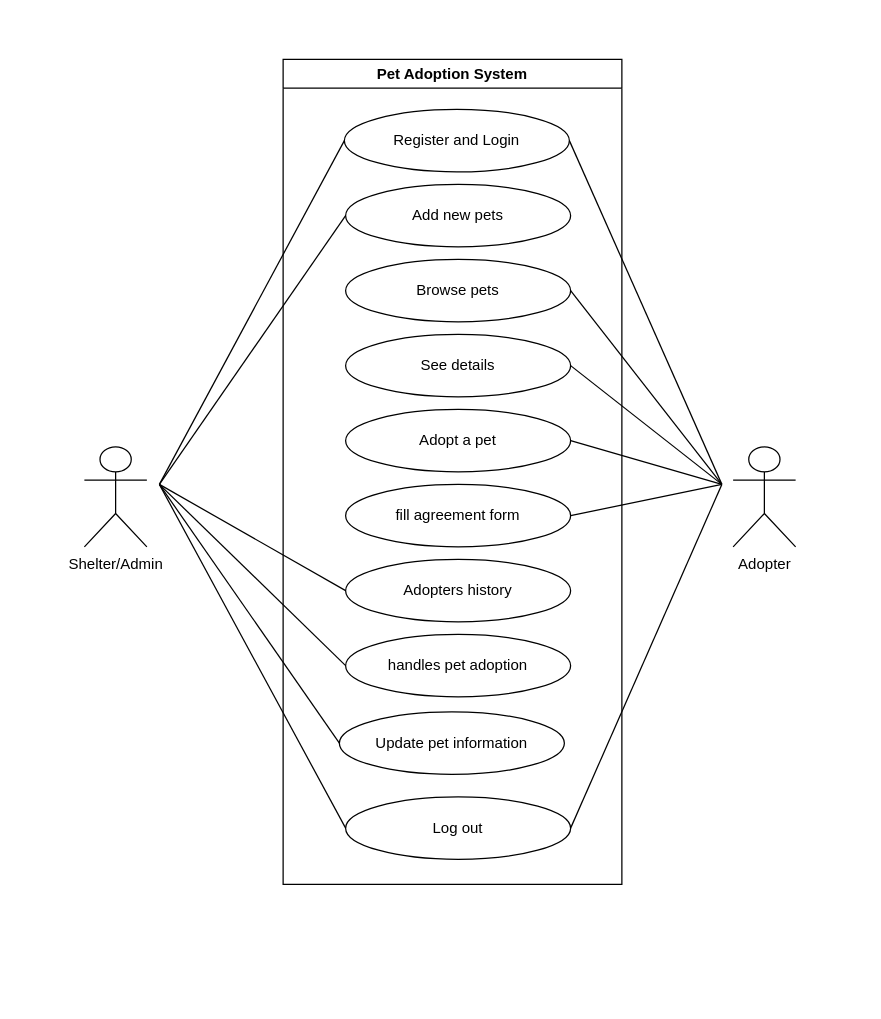
sushilnemkul/pet-adoption keeps this draw.io diagram as Pet_adoption/admin/usecase.drawio. Above is the earlier version. Source tidied: cells renumbered, new cells numbered last; positions are measured from the earlier drawing's top-left corner, leaving out a move shared by most shapes. Both pictures are drawn from the tidied source at 125%, with x=0, y=0 at pixel (84, 59).
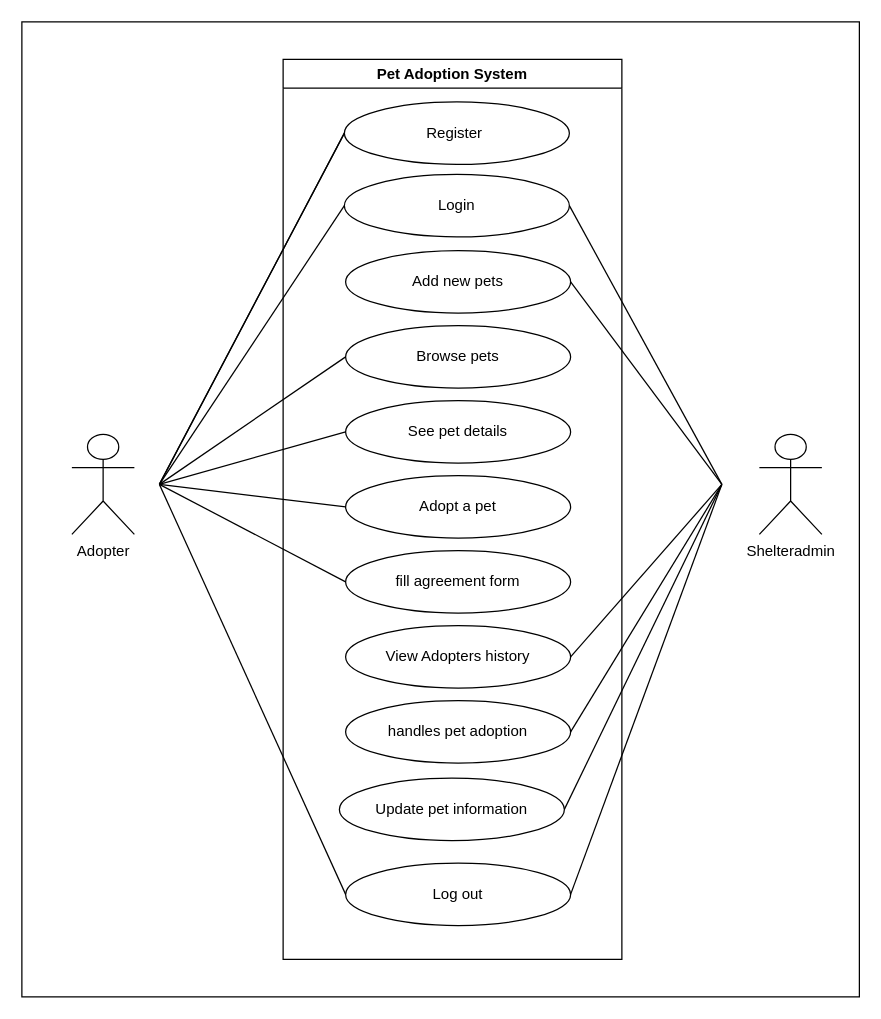
The same page after the edit.

Change to the diagram source:
```diff
@@
     <mxCell id="2" value="Adopter" style="shape=umlActor;verticalLabelPosition=bottom;verticalAlign=top;html=1;" parent="1" vertex="1">
-      <mxGeometry x="519" y="310" width="50" height="80" as="geometry" />
+      <mxGeometry x="-10" y="300" width="50" height="80" as="geometry" />
     </mxCell>
-    <mxCell id="3" value="Shelter/Admin" style="shape=umlActor;verticalLabelPosition=bottom;verticalAlign=top;html=1;" parent="1" vertex="1">
-      <mxGeometry y="310" width="50" height="80" as="geometry" />
+    <mxCell id="3" value="Shelteradmin" style="shape=umlActor;verticalLabelPosition=bottom;verticalAlign=top;html=1;" parent="1" vertex="1">
+      <mxGeometry x="540" y="300" width="50" height="80" as="geometry" />
     </mxCell>
     <mxCell id="4" value="Pet Adoption System" style="swimlane;whiteSpace=wrap;html=1;" parent="1" vertex="1">
-      <mxGeometry x="159" width="271" height="660" as="geometry" />
+      <mxGeometry x="159" width="271" height="720" as="geometry" />
     </mxCell>
     <mxCell id="5" value="Add new pets" style="ellipse;whiteSpace=wrap;html=1;align=center;" parent="4" vertex="1">
-      <mxGeometry x="50" y="100" width="180" height="50" as="geometry" />
+      <mxGeometry x="50" y="153" width="180" height="50" as="geometry" />
     </mxCell>
     <mxCell id="6" value="Log out" style="ellipse;whiteSpace=wrap;html=1;align=center;" parent="4" vertex="1">
-      <mxGeometry x="50" y="590" width="180" height="50" as="geometry" />
+      <mxGeometry x="50" y="643" width="180" height="50" as="geometry" />
     </mxCell>
     <mxCell id="7" value="Update pet information" style="ellipse;whiteSpace=wrap;html=1;align=center;" parent="4" vertex="1">
-      <mxGeometry x="45" y="522" width="180" height="50" as="geometry" />
+      <mxGeometry x="45" y="575" width="180" height="50" as="geometry" />
     </mxCell>
     <mxCell id="8" value="handles pet adoption" style="ellipse;whiteSpace=wrap;html=1;align=center;" parent="4" vertex="1">
-      <mxGeometry x="50" y="460" width="180" height="50" as="geometry" />
+      <mxGeometry x="50" y="513" width="180" height="50" as="geometry" />
     </mxCell>
     <mxCell id="9" value="fill agreement form" style="ellipse;whiteSpace=wrap;html=1;align=center;" parent="4" vertex="1">
-      <mxGeometry x="50" y="340" width="180" height="50" as="geometry" />
+      <mxGeometry x="50" y="393" width="180" height="50" as="geometry" />
     </mxCell>
     <mxCell id="10" value="Adopt a pet" style="ellipse;whiteSpace=wrap;html=1;align=center;" parent="4" vertex="1">
-      <mxGeometry x="50" y="280" width="180" height="50" as="geometry" />
+      <mxGeometry x="50" y="333" width="180" height="50" as="geometry" />
     </mxCell>
-    <mxCell id="11" value="See details" style="ellipse;whiteSpace=wrap;html=1;align=center;" parent="4" vertex="1">
-      <mxGeometry x="50" y="220" width="180" height="50" as="geometry" />
+    <mxCell id="11" value="See pet details" style="ellipse;whiteSpace=wrap;html=1;align=center;" parent="4" vertex="1">
+      <mxGeometry x="50" y="273" width="180" height="50" as="geometry" />
     </mxCell>
     <mxCell id="12" value="Browse pets" style="ellipse;whiteSpace=wrap;html=1;align=center;" parent="4" vertex="1">
-      <mxGeometry x="50" y="160" width="180" height="50" as="geometry" />
+      <mxGeometry x="50" y="213" width="180" height="50" as="geometry" />
     </mxCell>
-    <mxCell id="13" value="Register and Login" style="ellipse;whiteSpace=wrap;html=1;align=center;" parent="4" vertex="1">
-      <mxGeometry x="49" y="40" width="180" height="50" as="geometry" />
+    <mxCell id="13" value="Register&amp;nbsp;" style="ellipse;whiteSpace=wrap;html=1;align=center;" parent="4" vertex="1">
+      <mxGeometry x="49" y="34" width="180" height="50" as="geometry" />
     </mxCell>
-    <mxCell id="14" value="Adopters history" style="ellipse;whiteSpace=wrap;html=1;align=center;" parent="4" vertex="1">
-      <mxGeometry x="50" y="400" width="180" height="50" as="geometry" />
+    <mxCell id="14" value="View Adopters history" style="ellipse;whiteSpace=wrap;html=1;align=center;" parent="4" vertex="1">
+      <mxGeometry x="50" y="453" width="180" height="50" as="geometry" />
     </mxCell>
+    <mxCell id="27" value="Login" style="ellipse;whiteSpace=wrap;html=1;align=center;" parent="4" vertex="1">
+      <mxGeometry x="49" y="92" width="180" height="50" as="geometry" />
+    </mxCell>
-    <mxCell id="15" style="endArrow=none;html=1;entryX=1;entryY=0.5;entryDx=0;entryDy=0;" parent="1" edge="1" target="13">
+    <mxCell id="15" style="endArrow=none;html=1;entryX=1;entryY=0.5;entryDx=0;entryDy=0;" parent="1" edge="1" target="27">
       <mxGeometry relative="1" as="geometry">
         <mxPoint x="510" y="340" as="sourcePoint" />
       </mxGeometry>
     </mxCell>
@@
-    <mxCell id="17" style="endArrow=none;html=1;exitX=0;exitY=0.5;exitDx=0;exitDy=0;" parent="1" edge="1" source="7">
-      <mxGeometry relative="1" as="geometry">
-        <mxPoint x="60" y="340" as="targetPoint" />
-      </mxGeometry>
-    </mxCell>
-    <mxCell id="18" style="endArrow=none;html=1;exitX=0;exitY=0.5;exitDx=0;exitDy=0;" parent="1" edge="1" source="8">
-      <mxGeometry relative="1" as="geometry">
-        <mxPoint x="60" y="340" as="targetPoint" />
-      </mxGeometry>
-    </mxCell>
-    <mxCell id="19" style="endArrow=none;html=1;entryX=0;entryY=0.5;entryDx=0;entryDy=0;" parent="1" edge="1" target="14">
-      <mxGeometry relative="1" as="geometry">
-        <mxPoint x="60" y="340" as="sourcePoint" />
-      </mxGeometry>
-    </mxCell>
-    <mxCell id="20" style="endArrow=none;html=1;entryX=0;entryY=0.5;entryDx=0;entryDy=0;" parent="1" edge="1" target="5">
+    <mxCell id="20" style="endArrow=none;html=1;entryX=0;entryY=0.5;entryDx=0;entryDy=0;" parent="1" edge="1" target="27">
       <mxGeometry relative="1" as="geometry">
         <mxPoint x="60" y="340" as="sourcePoint" />
       </mxGeometry>
     </mxCell>
@@
-    <mxCell id="22" style="endArrow=none;html=1;exitX=1;exitY=0.5;exitDx=0;exitDy=0;" parent="1" edge="1" source="11">
+    <mxCell id="22" style="endArrow=none;html=1;exitX=1;exitY=0.5;exitDx=0;exitDy=0;" parent="1" edge="1" source="14">
       <mxGeometry relative="1" as="geometry">
         <mxPoint x="510" y="340" as="targetPoint" />
       </mxGeometry>
     </mxCell>
-    <mxCell id="23" style="endArrow=none;html=1;entryX=1;entryY=0.5;entryDx=0;entryDy=0;" parent="1" edge="1" target="12">
+    <mxCell id="23" style="endArrow=none;html=1;entryX=1;entryY=0.5;entryDx=0;entryDy=0;" parent="1" edge="1" target="5">
       <mxGeometry relative="1" as="geometry">
         <mxPoint x="510" y="340" as="sourcePoint" />
       </mxGeometry>
     </mxCell>
-    <mxCell id="24" style="endArrow=none;html=1;exitX=1;exitY=0.5;exitDx=0;exitDy=0;" parent="1" edge="1" source="9">
+    <mxCell id="24" style="endArrow=none;html=1;exitX=1;exitY=0.5;exitDx=0;exitDy=0;" parent="1" edge="1" source="7">
       <mxGeometry relative="1" as="geometry">
         <mxPoint x="510" y="340" as="targetPoint" />
       </mxGeometry>
     </mxCell>
-    <mxCell id="25" style="endArrow=none;html=1;exitX=1;exitY=0.5;exitDx=0;exitDy=0;" parent="1" edge="1" source="10">
+    <mxCell id="25" style="endArrow=none;html=1;exitX=1;exitY=0.5;exitDx=0;exitDy=0;" parent="1" edge="1" source="8">
       <mxGeometry relative="1" as="geometry">
         <mxPoint x="510" y="340" as="targetPoint" />
       </mxGeometry>
     </mxCell>
@@
+    <mxCell id="28" style="endArrow=none;html=1;entryX=0;entryY=0.5;entryDx=0;entryDy=0;" parent="1" edge="1" target="13">
+      <mxGeometry relative="1" as="geometry">
+        <mxPoint x="60" y="340" as="sourcePoint" />
+      </mxGeometry>
+    </mxCell>
+    <mxCell id="29" style="endArrow=none;html=1;exitX=0;exitY=0.5;exitDx=0;exitDy=0;" parent="1" edge="1" source="10">
+      <mxGeometry relative="1" as="geometry">
+        <mxPoint x="60" y="340" as="targetPoint" />
+      </mxGeometry>
+    </mxCell>
+    <mxCell id="30" style="endArrow=none;html=1;entryX=0;entryY=0.5;entryDx=0;entryDy=0;" parent="1" edge="1" target="11">
+      <mxGeometry relative="1" as="geometry">
+        <mxPoint x="60" y="340" as="sourcePoint" />
+      </mxGeometry>
+    </mxCell>
+    <mxCell id="31" style="endArrow=none;html=1;entryX=0;entryY=0.5;entryDx=0;entryDy=0;" parent="1" edge="1" target="12">
+      <mxGeometry relative="1" as="geometry">
+        <mxPoint x="60" y="340" as="sourcePoint" />
+      </mxGeometry>
+    </mxCell>
+    <mxCell id="32" style="endArrow=none;html=1;exitX=0;exitY=0.5;exitDx=0;exitDy=0;" parent="1" edge="1" source="9">
+      <mxGeometry relative="1" as="geometry">
+        <mxPoint x="60" y="340" as="targetPoint" />
+      </mxGeometry>
+    </mxCell>
+    <mxCell id="33" style="rounded=0;whiteSpace=wrap;html=1;fillColor=none;" parent="1" vertex="1">
+      <mxGeometry x="-50" y="-30" width="670" height="780" as="geometry" />
+    </mxCell>
```
